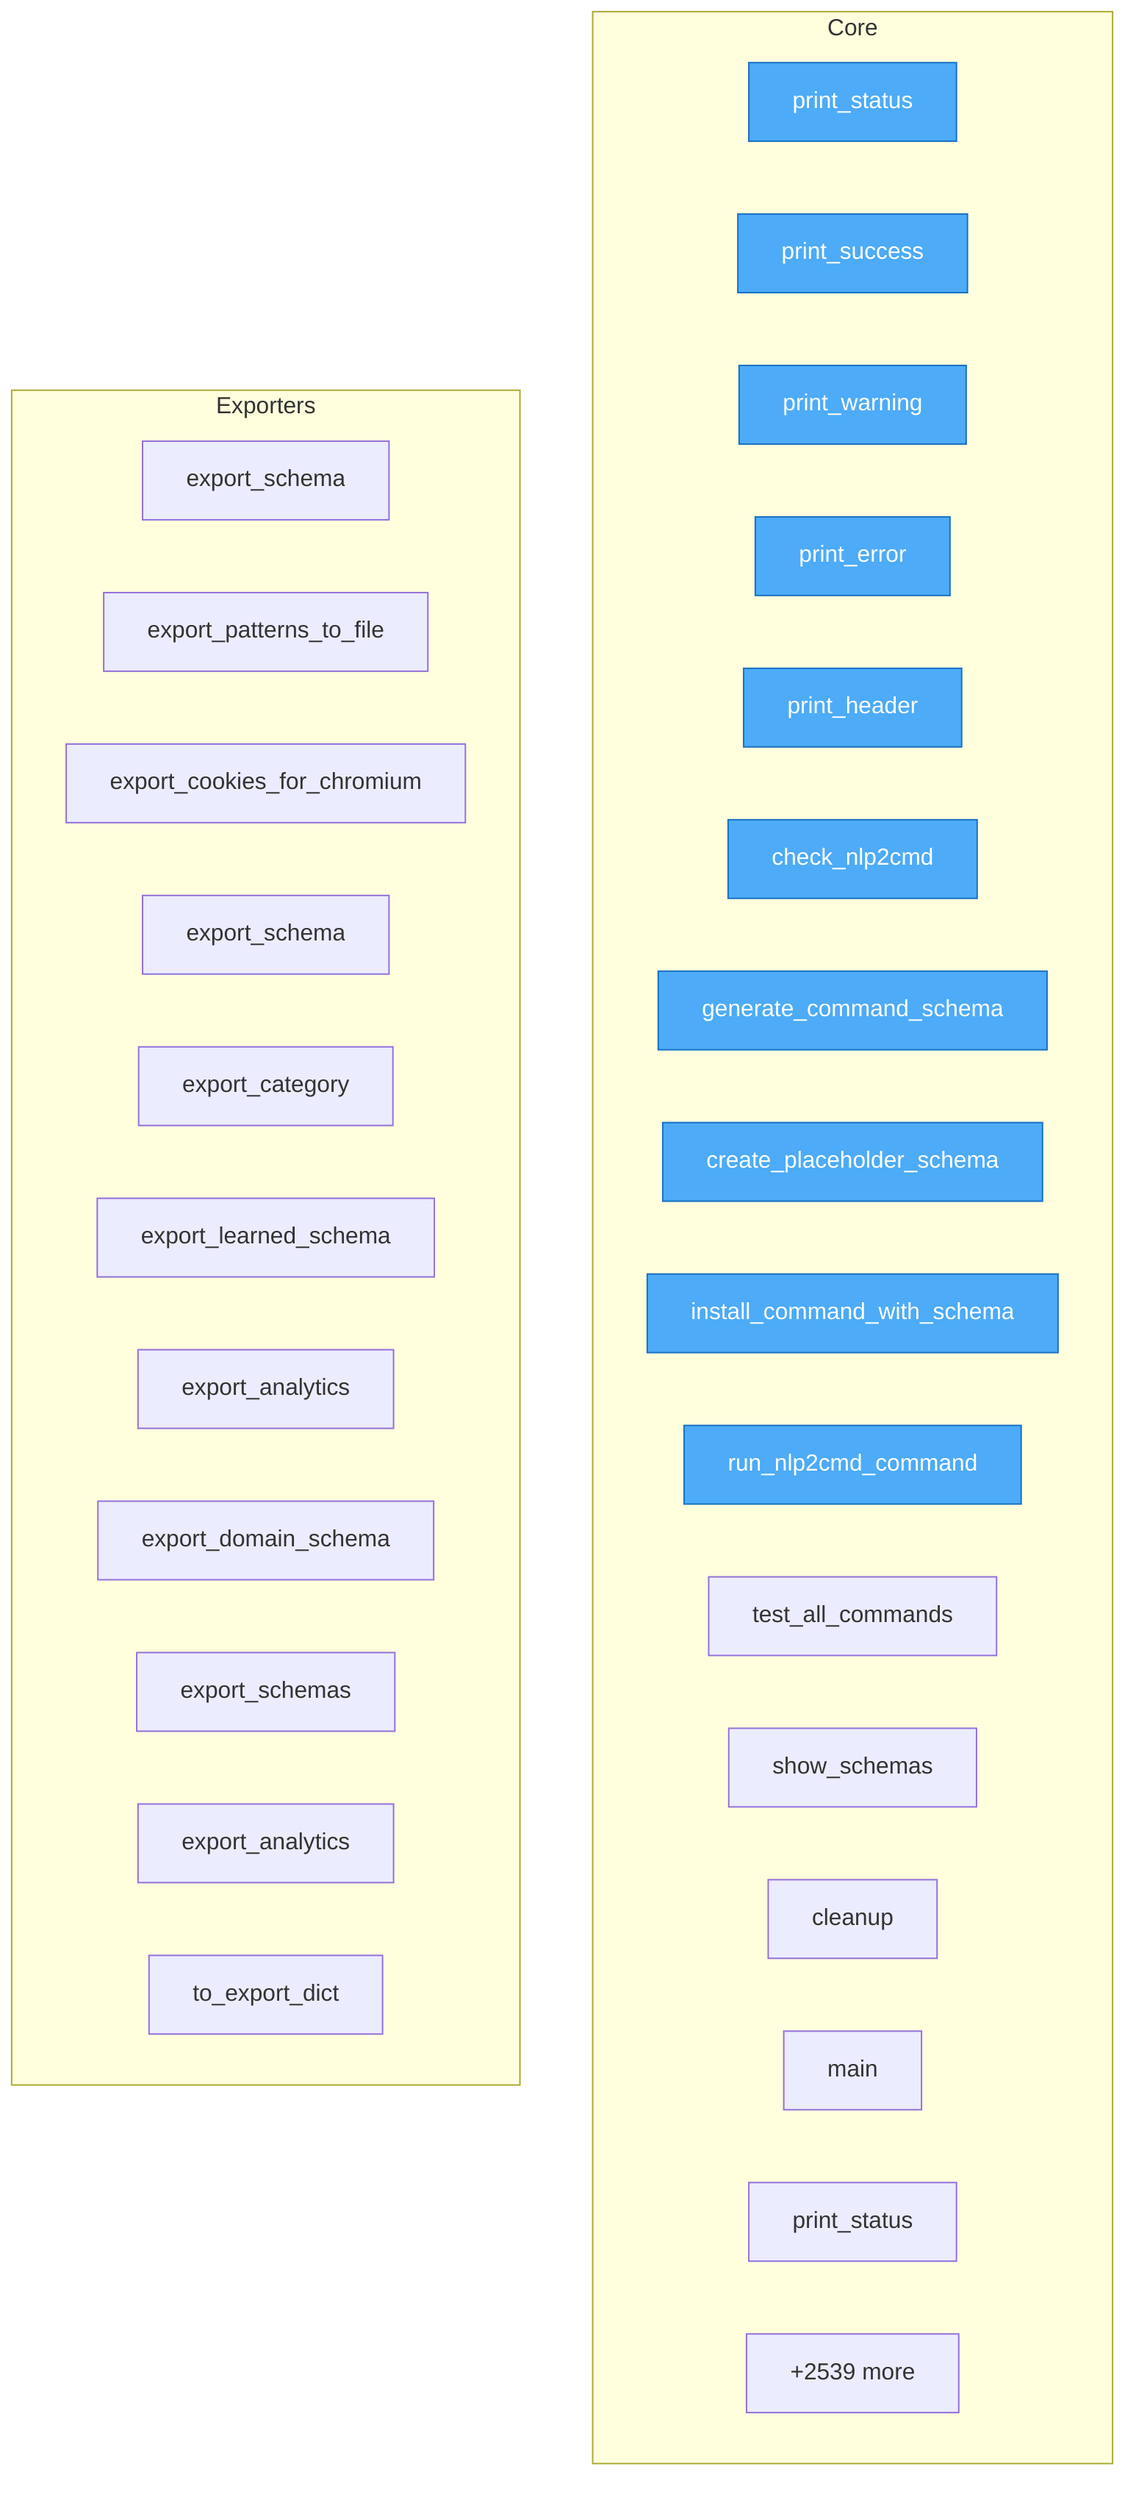
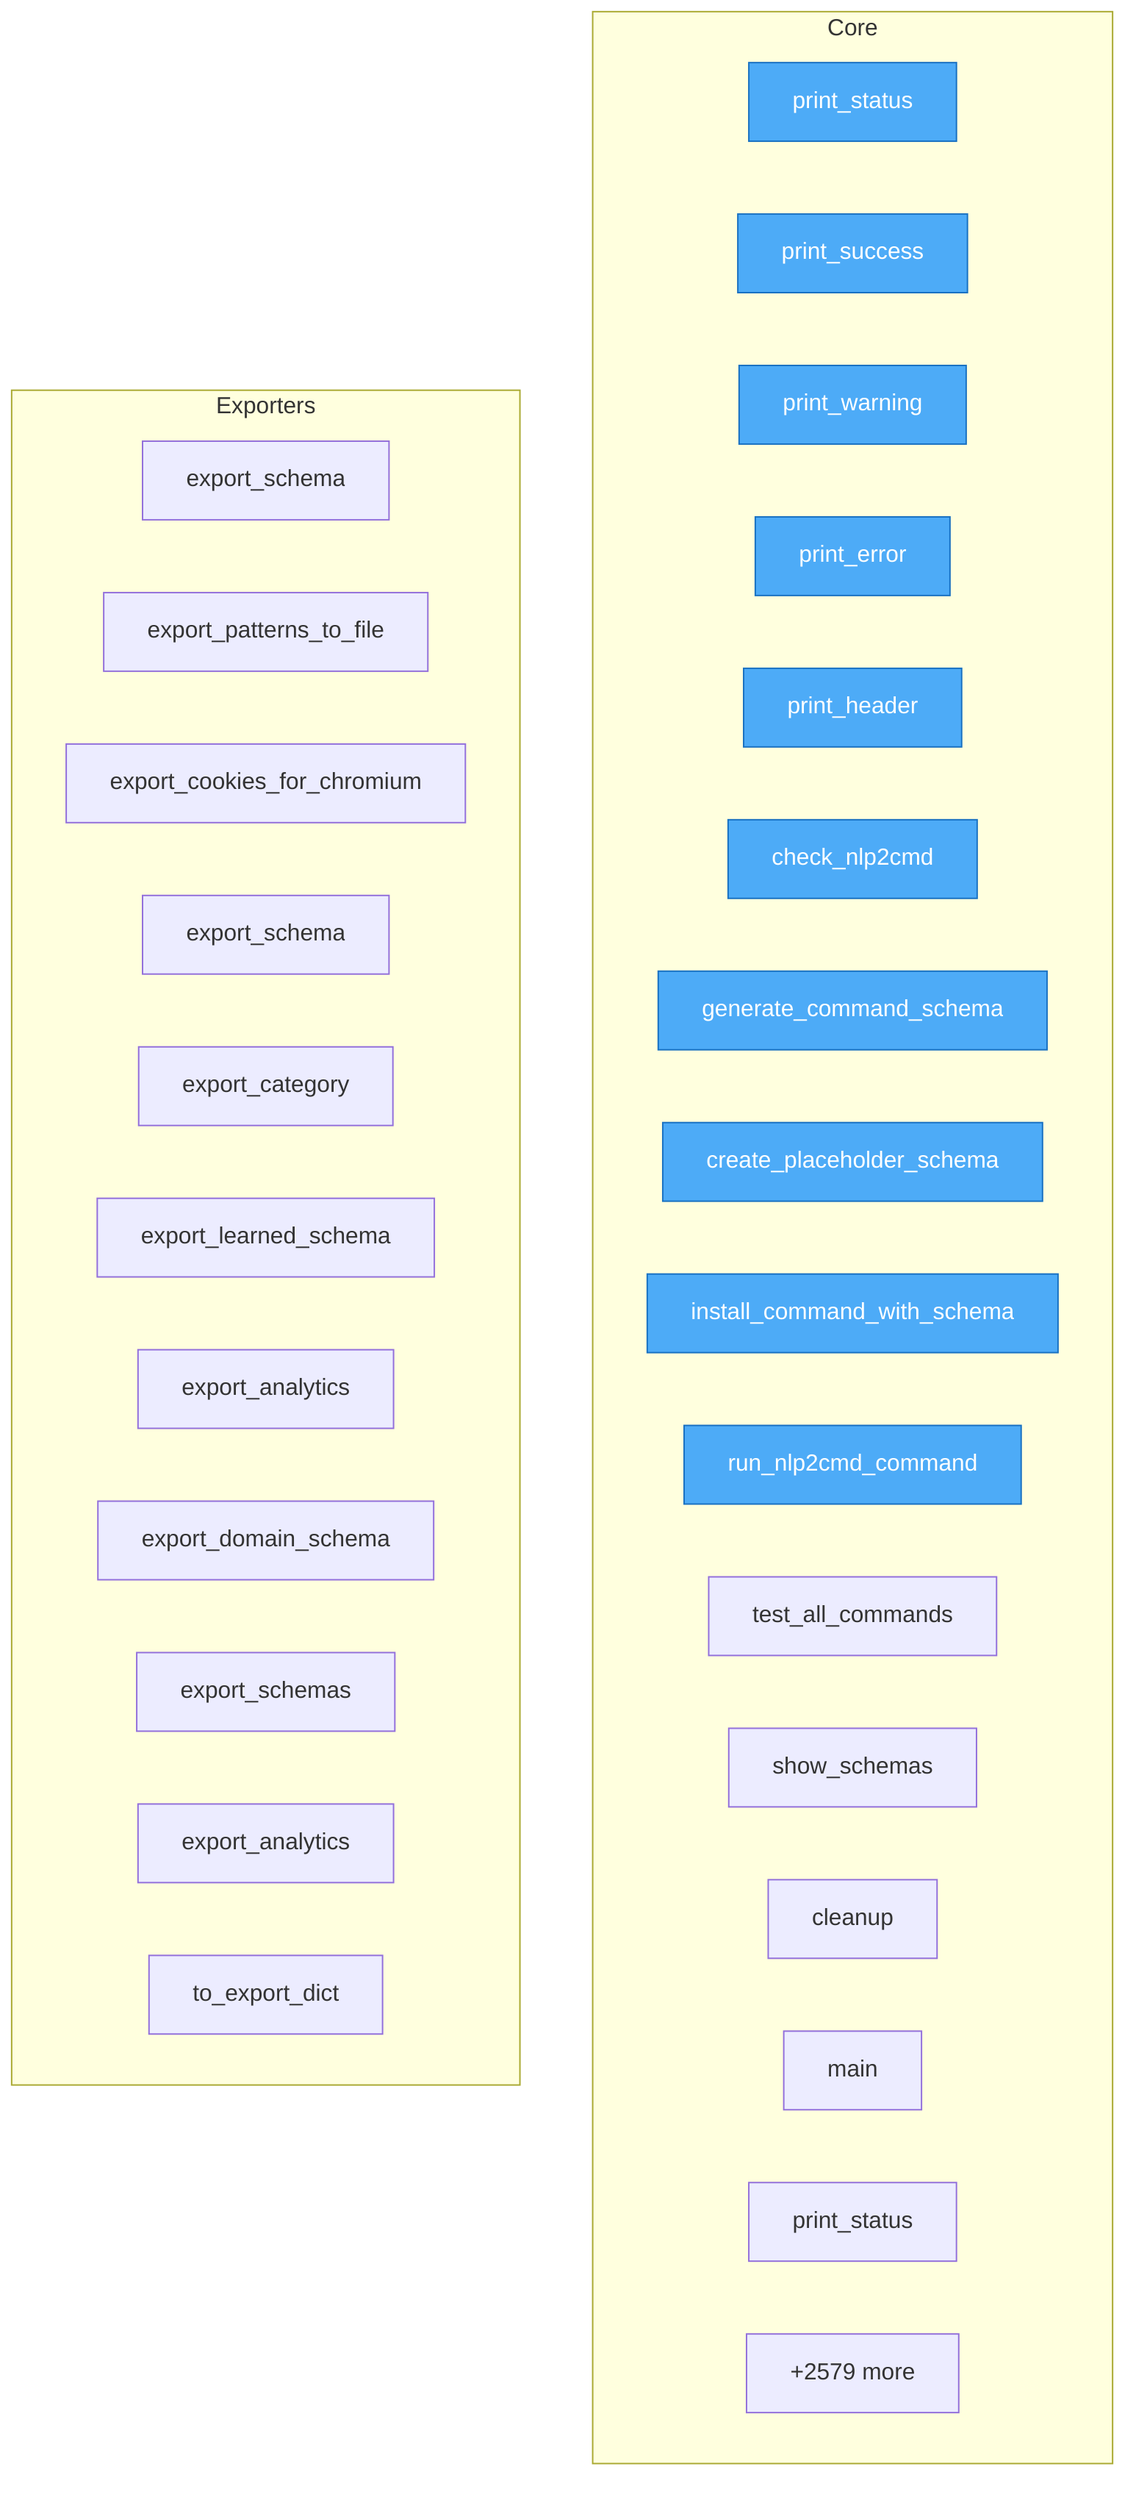
flowchart TD
- %% generated in 0.07s
+ %% generated in 0.17s

    %% Entry points (blue)
    classDef entry fill:#4dabf7,stroke:#1971c2,color:#fff

    subgraph Core
        test_nlp2cmd_enhanced__print_status["print_status"]
        test_nlp2cmd_enhanced__print_success["print_success"]
        test_nlp2cmd_enhanced__print_warning["print_warning"]
        test_nlp2cmd_enhanced__print_error["print_error"]
        test_nlp2cmd_enhanced__print_header["print_header"]
        test_nlp2cmd_enhanced__check_nlp2cmd["check_nlp2cmd"]
        test_nlp2cmd_enhanced__generate_command_schema["generate_command_schema"]
        test_nlp2cmd_enhanced__create_placeholder_schema["create_placeholder_schema"]
        test_nlp2cmd_enhanced__install_command_with_schema["install_command_with_schema"]
        test_nlp2cmd_enhanced__run_nlp2cmd_command["run_nlp2cmd_command"]
        test_nlp2cmd_enhanced__test_all_commands["test_all_commands"]
        test_nlp2cmd_enhanced__show_schemas["show_schemas"]
        test_nlp2cmd_enhanced__cleanup["cleanup"]
        test_nlp2cmd_enhanced__main["main"]
        test_nlp2cmd_commands__print_status["print_status"]
-         ...["+2539 more"]
+         ...["+2579 more"]
    end

    subgraph Exporters
        src__nlp2cmd__schemas__SchemaRegistry__export_schema["export_schema"]
        src__nlp2cmd__automation__vector_store__export_patterns_to_file["export_patterns_to_file"]
        src__nlp2cmd__automation__firefox_sessions__FirefoxSessionImporter__export_cookies_for_chromium["export_cookies_for_chromium"]
        src__nlp2cmd__generation__fuzzy_schema_matcher_class__FuzzySchemaMatcher__export_schema["export_schema"]
        src__nlp2cmd__core__toon_integration__ToonDataManager__export_category["export_category"]
        src__nlp2cmd__cli__web_schema__export_learned_schema["export_learned_schema"]
        src__nlp2cmd__cli__history__export_analytics["export_analytics"]
        src__nlp2cmd__web_schema__history__InteractionHistory__export_domain_schema["export_domain_schema"]
        src__nlp2cmd__enhanced__EnhancedNLP2CMD__export_schemas["export_schemas"]
        src__nlp2cmd__history__tracker__CommandHistory__export_analytics["export_analytics"]
        src__app2schema__extract__App2SchemaResult__to_export_dict["to_export_dict"]
    end

    class test_nlp2cmd_enhanced__print_status,test_nlp2cmd_enhanced__print_success,test_nlp2cmd_enhanced__print_warning,test_nlp2cmd_enhanced__print_error,test_nlp2cmd_enhanced__print_header,test_nlp2cmd_enhanced__check_nlp2cmd,test_nlp2cmd_enhanced__generate_command_schema,test_nlp2cmd_enhanced__create_placeholder_schema,test_nlp2cmd_enhanced__install_command_with_schema,test_nlp2cmd_enhanced__run_nlp2cmd_command entry
